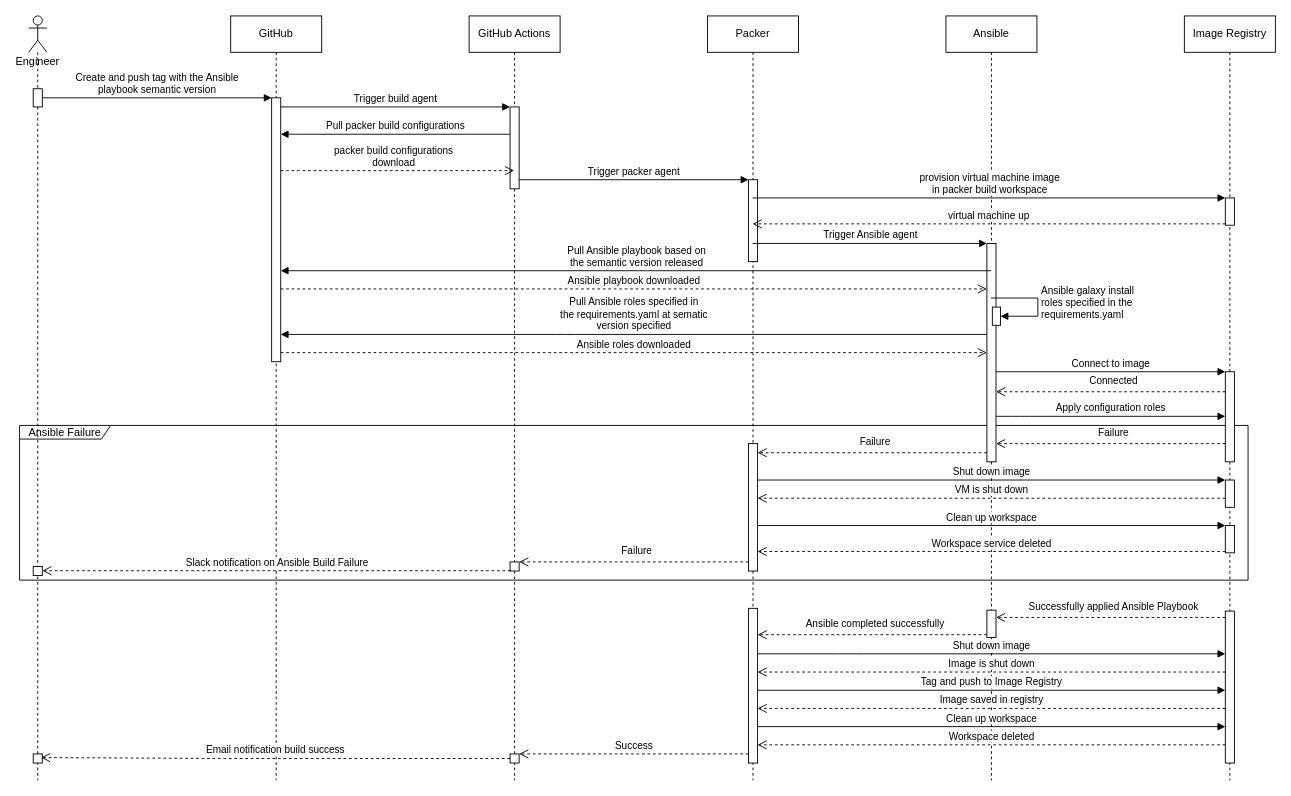
This is page "sequence_diagram" (3 of 3) of docs/packer_build_architecture.drawio from bryannice/packer-azure-ansible, a draw.io file, before an edit. Source tidied: cells renumbered, new cells numbered last; positions are measured from the earlier drawing's top-left corner, leaving out a move shared by most shapes. Both pictures are drawn from the tidied source at 91%, with x=0, y=0 at pixel (19, 15).
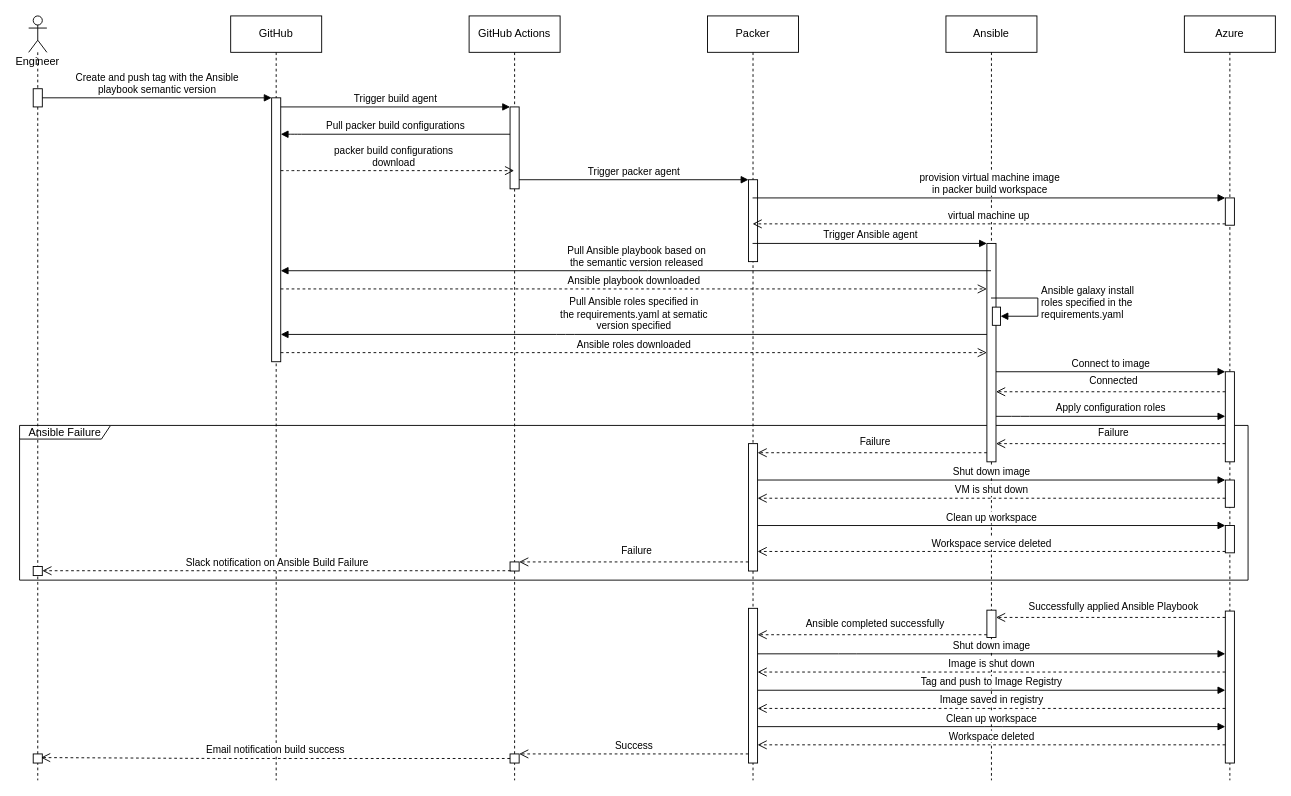
The same diagram, later.

The edit, as a diff of the source:
```diff
@@
-    <mxCell id="22" value="Image Registry" style="shape=umlLifeline;perimeter=lifelinePerimeter;whiteSpace=wrap;html=1;" parent="1" vertex="1">
+    <mxCell id="22" value="Azure" style="shape=umlLifeline;perimeter=lifelinePerimeter;whiteSpace=wrap;html=1;" parent="1" vertex="1">
       <mxGeometry x="1280" width="100" height="840" as="geometry" />
     </mxCell>
```
